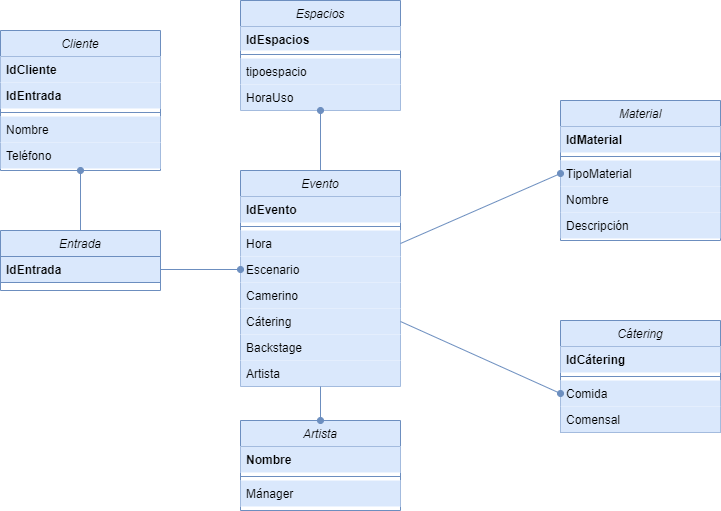
The draw.io diagram images/Diagrama de base de datos.png in miguelmartinez22/QuevedoFest, before a commit. Source tidied: cells renumbered, new cells last; positions are measured from the earlier drawing's top-left corner, leaving out a move shared by most shapes.
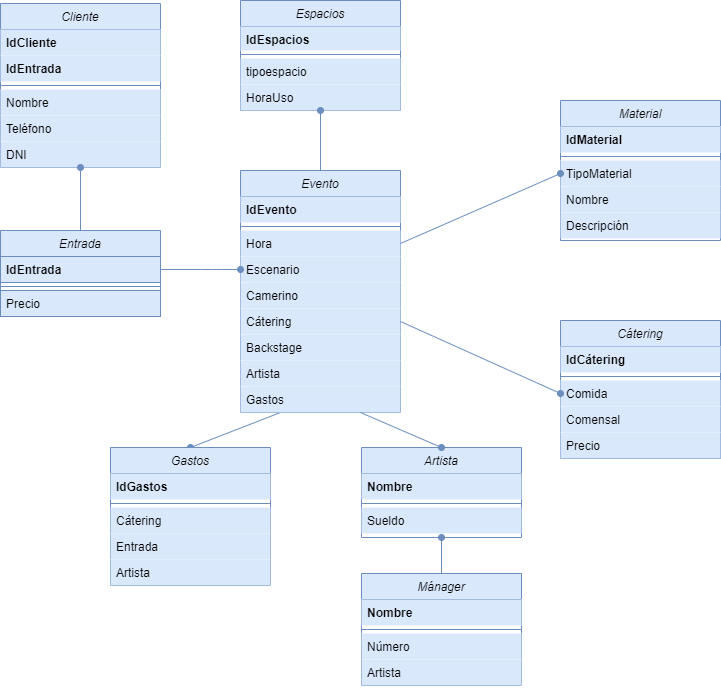
After the change.

Diff of the diagram source:
```diff
@@ -3,7 +3,7 @@
     <mxCell id="0" />
     <mxCell id="1" parent="0" />
     <mxCell id="2" value="Cliente" style="swimlane;fontStyle=2;align=center;verticalAlign=top;horizontal=1;startSize=26;rounded=0;shadow=0;strokeWidth=1;fillColor=#dae8fc;strokeColor=#6c8ebf;" parent="1" vertex="1">
-      <mxGeometry y="30" width="160" height="140" as="geometry" />
+      <mxGeometry y="3" width="160" height="164" as="geometry" />
     </mxCell>
     <mxCell id="3" value="IdCliente" style="text;align=left;verticalAlign=top;spacingLeft=4;spacingRight=4;overflow=hidden;fontStyle=1;fillColor=#dae8fc;" parent="2" vertex="1">
       <mxGeometry y="26" width="160" height="26" as="geometry" />
@@ -20,14 +20,26 @@
     <mxCell id="7" value="Teléfono" style="text;align=left;verticalAlign=top;spacingLeft=4;spacingRight=4;overflow=hidden;rounded=0;shadow=0;html=0;fillColor=#dae8fc;" parent="2" vertex="1">
       <mxGeometry y="112" width="160" height="26" as="geometry" />
     </mxCell>
+    <mxCell id="45" value="DNI" style="text;align=left;verticalAlign=top;spacingLeft=4;spacingRight=4;overflow=hidden;rounded=0;shadow=0;html=0;fillColor=#dae8fc;" parent="2" vertex="1">
+      <mxGeometry y="138" width="160" height="26" as="geometry" />
+    </mxCell>
     <mxCell id="8" value="Entrada" style="swimlane;fontStyle=2;align=center;verticalAlign=top;horizontal=1;startSize=26;rounded=0;shadow=0;strokeWidth=1;fillColor=#dae8fc;strokeColor=#6c8ebf;" parent="1" vertex="1">
-      <mxGeometry y="230" width="160" height="60" as="geometry" />
+      <mxGeometry y="230" width="160" height="86" as="geometry" />
     </mxCell>
     <mxCell id="9" value="IdEntrada" style="text;align=left;verticalAlign=top;spacingLeft=4;spacingRight=4;overflow=hidden;points=[[0,0.5],[1,0.5]];portConstraint=eastwest;rounded=0;shadow=0;html=0;fontStyle=1;fillColor=#dae8fc;strokeColor=#6c8ebf;" parent="8" vertex="1">
       <mxGeometry y="26" width="160" height="26" as="geometry" />
     </mxCell>
+    <mxCell id="46" style="line;html=1;strokeWidth=1;align=left;verticalAlign=middle;spacingTop=-1;spacingLeft=3;spacingRight=3;labelPosition=right;fillColor=#dae8fc;strokeColor=#6c8ebf;" parent="8" vertex="1">
+      <mxGeometry y="52" width="160" height="8" as="geometry" />
+    </mxCell>
+    <mxCell id="47" value="Precio" style="text;align=left;verticalAlign=top;spacingLeft=4;spacingRight=4;overflow=hidden;rounded=0;shadow=0;html=0;fontStyle=0;fillColor=#dae8fc;strokeColor=#6c8ebf;" parent="8" vertex="1">
+      <mxGeometry y="60" width="160" height="26" as="geometry" />
+    </mxCell>
+    <mxCell id="48" style="edgeStyle=none;rounded=0;jettySize=auto;html=1;exitX=0.25;exitY=1;exitDx=0;exitDy=0;entryX=0.5;entryY=0;entryDx=0;entryDy=0;startArrow=none;startFill=0;endArrow=oval;endFill=1;fillColor=#dae8fc;strokeColor=#6c8ebf;" parent="1" edge="1" source="10" target="57">
+      <mxGeometry relative="1" as="geometry" />
+    </mxCell>
     <mxCell id="10" value="Evento" style="swimlane;fontStyle=2;align=center;verticalAlign=top;horizontal=1;startSize=26;rounded=0;shadow=0;strokeWidth=1;fillColor=#dae8fc;strokeColor=#6c8ebf;" parent="1" vertex="1">
-      <mxGeometry x="240" y="170" width="160" height="216" as="geometry" />
+      <mxGeometry x="240" y="170" width="160" height="242" as="geometry" />
     </mxCell>
     <mxCell id="11" value="IdEvento" style="text;align=left;verticalAlign=top;spacingLeft=4;spacingRight=4;overflow=hidden;rounded=0;shadow=0;html=0;fontStyle=1;fillColor=#dae8fc;" parent="10" vertex="1">
       <mxGeometry y="26" width="160" height="26" as="geometry" />
@@ -53,8 +65,15 @@
     <mxCell id="18" value="Artista" style="text;align=left;verticalAlign=top;spacingLeft=4;spacingRight=4;overflow=hidden;rounded=0;shadow=0;html=0;fillColor=#dae8fc;" parent="10" vertex="1">
       <mxGeometry y="190" width="160" height="26" as="geometry" />
     </mxCell>
+    <mxCell id="49" value="Gastos" style="text;align=left;verticalAlign=top;spacingLeft=4;spacingRight=4;overflow=hidden;rounded=0;shadow=0;html=0;fillColor=#dae8fc;" parent="10" vertex="1">
+      <mxGeometry y="216" width="160" height="26" as="geometry" />
+    </mxCell>
     <mxCell id="19" style="endArrow=none;html=1;entryX=1;entryY=0.5;entryDx=0;entryDy=0;exitX=0;exitY=0.5;exitDx=0;exitDy=0;fillColor=#dae8fc;strokeColor=#6c8ebf;startArrow=oval;startFill=1;" parent="1" edge="1" source="14" target="9">
-      <mxGeometry relative="1" as="geometry" />
+      <mxGeometry relative="1" as="geometry">
+        <Array as="points">
+          <mxPoint x="211" y="269" />
+        </Array>
+      </mxGeometry>
     </mxCell>
     <mxCell id="20" style="endArrow=none;html=1;entryX=0.5;entryY=0;entryDx=0;entryDy=0;exitX=0.5;exitY=1;exitDx=0;exitDy=0;fillColor=#dae8fc;strokeColor=#6c8ebf;startArrow=oval;startFill=1;" parent="1" edge="1" source="2" target="8">
       <mxGeometry relative="1" as="geometry" />
@@ -99,7 +118,7 @@
       <mxGeometry relative="1" as="geometry" />
     </mxCell>
     <mxCell id="34" value="Cátering" style="swimlane;fontStyle=2;align=center;verticalAlign=top;horizontal=1;startSize=26;rounded=0;shadow=0;strokeWidth=1;fillColor=#dae8fc;strokeColor=#6c8ebf;" parent="1" vertex="1">
-      <mxGeometry x="560" y="320" width="160" height="112" as="geometry" />
+      <mxGeometry x="560" y="320" width="160" height="138" as="geometry" />
     </mxCell>
     <mxCell id="35" value="IdCátering" style="text;align=left;verticalAlign=top;spacingLeft=4;spacingRight=4;overflow=hidden;rounded=0;shadow=0;html=0;fontStyle=1;fillColor=#dae8fc;" parent="34" vertex="1">
       <mxGeometry y="26" width="160" height="26" as="geometry" />
@@ -113,11 +132,17 @@
     <mxCell id="38" value="Comensal" style="text;align=left;verticalAlign=top;spacingLeft=4;spacingRight=4;overflow=hidden;rounded=0;shadow=0;html=0;fillColor=#dae8fc;" parent="34" vertex="1">
       <mxGeometry y="86" width="160" height="26" as="geometry" />
     </mxCell>
+    <mxCell id="50" value="Precio" style="text;align=left;verticalAlign=top;spacingLeft=4;spacingRight=4;overflow=hidden;rounded=0;shadow=0;html=0;fillColor=#dae8fc;" parent="34" vertex="1">
+      <mxGeometry y="112" width="160" height="26" as="geometry" />
+    </mxCell>
     <mxCell id="39" style="endArrow=oval;html=1;entryX=0;entryY=0.5;entryDx=0;entryDy=0;exitX=1;exitY=0.5;exitDx=0;exitDy=0;fillColor=#dae8fc;strokeColor=#6c8ebf;endFill=1;" parent="1" edge="1" source="16" target="37">
       <mxGeometry relative="1" as="geometry" />
     </mxCell>
+    <mxCell id="51" style="rounded=0;jettySize=auto;html=1;exitX=0.5;exitY=1;exitDx=0;exitDy=0;entryX=0.5;entryY=0;entryDx=0;entryDy=0;endArrow=none;endFill=0;startArrow=oval;startFill=1;fillColor=#dae8fc;strokeColor=#6c8ebf;" parent="1" edge="1" source="40" target="52">
+      <mxGeometry relative="1" as="geometry" />
+    </mxCell>
     <mxCell id="40" value="Artista" style="swimlane;fontStyle=2;align=center;verticalAlign=top;horizontal=1;startSize=26;rounded=0;shadow=0;strokeWidth=1;fillColor=#dae8fc;strokeColor=#6c8ebf;" parent="1" vertex="1">
-      <mxGeometry x="240" y="420" width="160" height="90" as="geometry" />
+      <mxGeometry x="361" y="447" width="160" height="90" as="geometry" />
     </mxCell>
     <mxCell id="41" value="Nombre" style="text;align=left;verticalAlign=top;spacingLeft=4;spacingRight=4;overflow=hidden;rounded=0;shadow=0;html=0;fontStyle=1;fillColor=#dae8fc;" parent="40" vertex="1">
       <mxGeometry y="26" width="160" height="26" as="geometry" />
@@ -125,11 +150,44 @@
     <mxCell id="42" style="line;html=1;strokeWidth=1;align=left;verticalAlign=middle;spacingTop=-1;spacingLeft=3;spacingRight=3;labelPosition=right;fillColor=#dae8fc;strokeColor=#6c8ebf;" parent="40" vertex="1">
       <mxGeometry y="52" width="160" height="8" as="geometry" />
     </mxCell>
-    <mxCell id="43" value="Mánager" style="text;align=left;verticalAlign=top;spacingLeft=4;spacingRight=4;overflow=hidden;rounded=0;shadow=0;html=0;fillColor=#dae8fc;" parent="40" vertex="1">
+    <mxCell id="43" value="Sueldo" style="text;align=left;verticalAlign=top;spacingLeft=4;spacingRight=4;overflow=hidden;rounded=0;shadow=0;html=0;fillColor=#dae8fc;" parent="40" vertex="1">
       <mxGeometry y="60" width="160" height="26" as="geometry" />
     </mxCell>
-    <mxCell id="44" style="endArrow=none;html=1;entryX=0.5;entryY=1;entryDx=0;entryDy=0;exitX=0.5;exitY=0;exitDx=0;exitDy=0;fillColor=#dae8fc;strokeColor=#6c8ebf;endFill=0;startArrow=oval;startFill=1;" parent="1" edge="1" source="40" target="10">
+    <mxCell id="44" style="endArrow=none;html=1;entryX=0.75;entryY=1;entryDx=0;entryDy=0;exitX=0.5;exitY=0;exitDx=0;exitDy=0;fillColor=#dae8fc;strokeColor=#6c8ebf;endFill=0;startArrow=oval;startFill=1;" parent="1" edge="1" source="40" target="10">
       <mxGeometry relative="1" as="geometry" />
     </mxCell>
+    <mxCell id="52" value="Mánager" style="swimlane;fontStyle=2;align=center;verticalAlign=top;horizontal=1;startSize=26;rounded=0;shadow=0;strokeWidth=1;fillColor=#dae8fc;strokeColor=#6c8ebf;" parent="1" vertex="1">
+      <mxGeometry x="361" y="573" width="160" height="112" as="geometry" />
+    </mxCell>
+    <mxCell id="53" value="Nombre" style="text;align=left;verticalAlign=top;spacingLeft=4;spacingRight=4;overflow=hidden;rounded=0;shadow=0;html=0;fontStyle=1;fillColor=#dae8fc;" parent="52" vertex="1">
+      <mxGeometry y="26" width="160" height="26" as="geometry" />
+    </mxCell>
+    <mxCell id="54" style="line;html=1;strokeWidth=1;align=left;verticalAlign=middle;spacingTop=-1;spacingLeft=3;spacingRight=3;labelPosition=right;fillColor=#dae8fc;strokeColor=#6c8ebf;" parent="52" vertex="1">
+      <mxGeometry y="52" width="160" height="8" as="geometry" />
+    </mxCell>
+    <mxCell id="55" value="Número" style="text;align=left;verticalAlign=top;spacingLeft=4;spacingRight=4;overflow=hidden;rounded=0;shadow=0;html=0;fillColor=#dae8fc;" parent="52" vertex="1">
+      <mxGeometry y="60" width="160" height="26" as="geometry" />
+    </mxCell>
+    <mxCell id="56" value="Artista" style="text;align=left;verticalAlign=top;spacingLeft=4;spacingRight=4;overflow=hidden;rounded=0;shadow=0;html=0;fillColor=#dae8fc;" parent="52" vertex="1">
+      <mxGeometry y="86" width="160" height="26" as="geometry" />
+    </mxCell>
+    <mxCell id="57" value="Gastos" style="swimlane;fontStyle=2;align=center;verticalAlign=top;horizontal=1;startSize=26;rounded=0;shadow=0;strokeWidth=1;fillColor=#dae8fc;strokeColor=#6c8ebf;" parent="1" vertex="1">
+      <mxGeometry x="110" y="447" width="160" height="138" as="geometry" />
+    </mxCell>
+    <mxCell id="58" value="IdGastos" style="text;align=left;verticalAlign=top;spacingLeft=4;spacingRight=4;overflow=hidden;rounded=0;shadow=0;html=0;fontStyle=1;fillColor=#dae8fc;" parent="57" vertex="1">
+      <mxGeometry y="26" width="160" height="26" as="geometry" />
+    </mxCell>
+    <mxCell id="59" style="line;html=1;strokeWidth=1;align=left;verticalAlign=middle;spacingTop=-1;spacingLeft=3;spacingRight=3;labelPosition=right;fillColor=#dae8fc;strokeColor=#6c8ebf;" parent="57" vertex="1">
+      <mxGeometry y="52" width="160" height="8" as="geometry" />
+    </mxCell>
+    <mxCell id="60" value="Cátering" style="text;align=left;verticalAlign=top;spacingLeft=4;spacingRight=4;overflow=hidden;rounded=0;shadow=0;html=0;fillColor=#dae8fc;" parent="57" vertex="1">
+      <mxGeometry y="60" width="160" height="26" as="geometry" />
+    </mxCell>
+    <mxCell id="61" value="Entrada" style="text;align=left;verticalAlign=top;spacingLeft=4;spacingRight=4;overflow=hidden;rounded=0;shadow=0;html=0;fillColor=#dae8fc;" parent="57" vertex="1">
+      <mxGeometry y="86" width="160" height="26" as="geometry" />
+    </mxCell>
+    <mxCell id="62" value="Artista" style="text;align=left;verticalAlign=top;spacingLeft=4;spacingRight=4;overflow=hidden;rounded=0;shadow=0;html=0;fillColor=#dae8fc;" parent="57" vertex="1">
+      <mxGeometry y="112" width="160" height="26" as="geometry" />
+    </mxCell>
   </root>
 </mxGraphModel>
```
